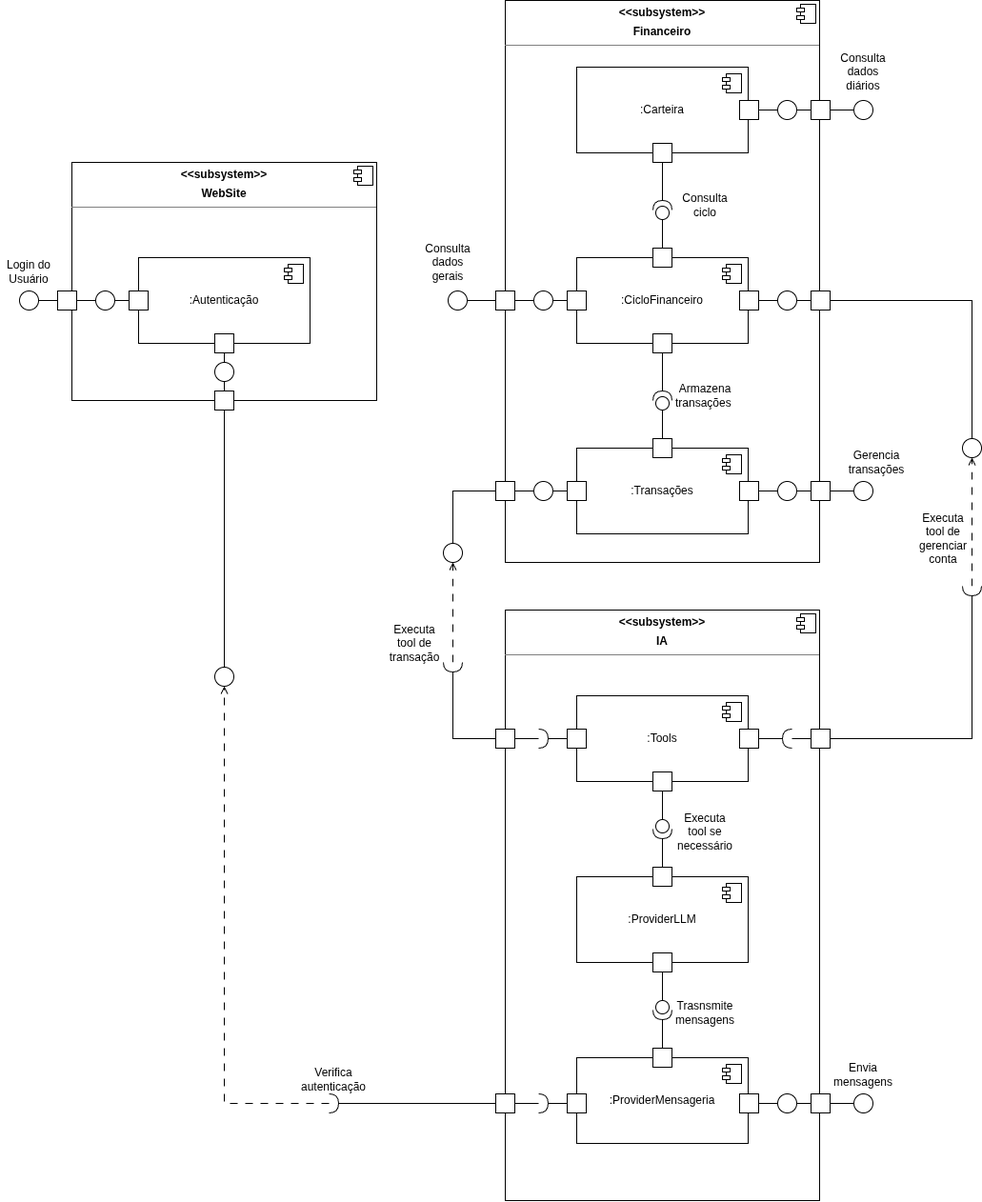
UnBArqDsw2026-1-Turma02/2026.01-T02_G8_Financas_Entrega_02 keeps this draw.io diagram as docs/Modelagem/assets/componentes.png. Above is the earlier version. Source tidied: cells renumbered, new cells last; positions are measured from the earlier drawing's top-left corner, leaving out a move shared by most shapes.
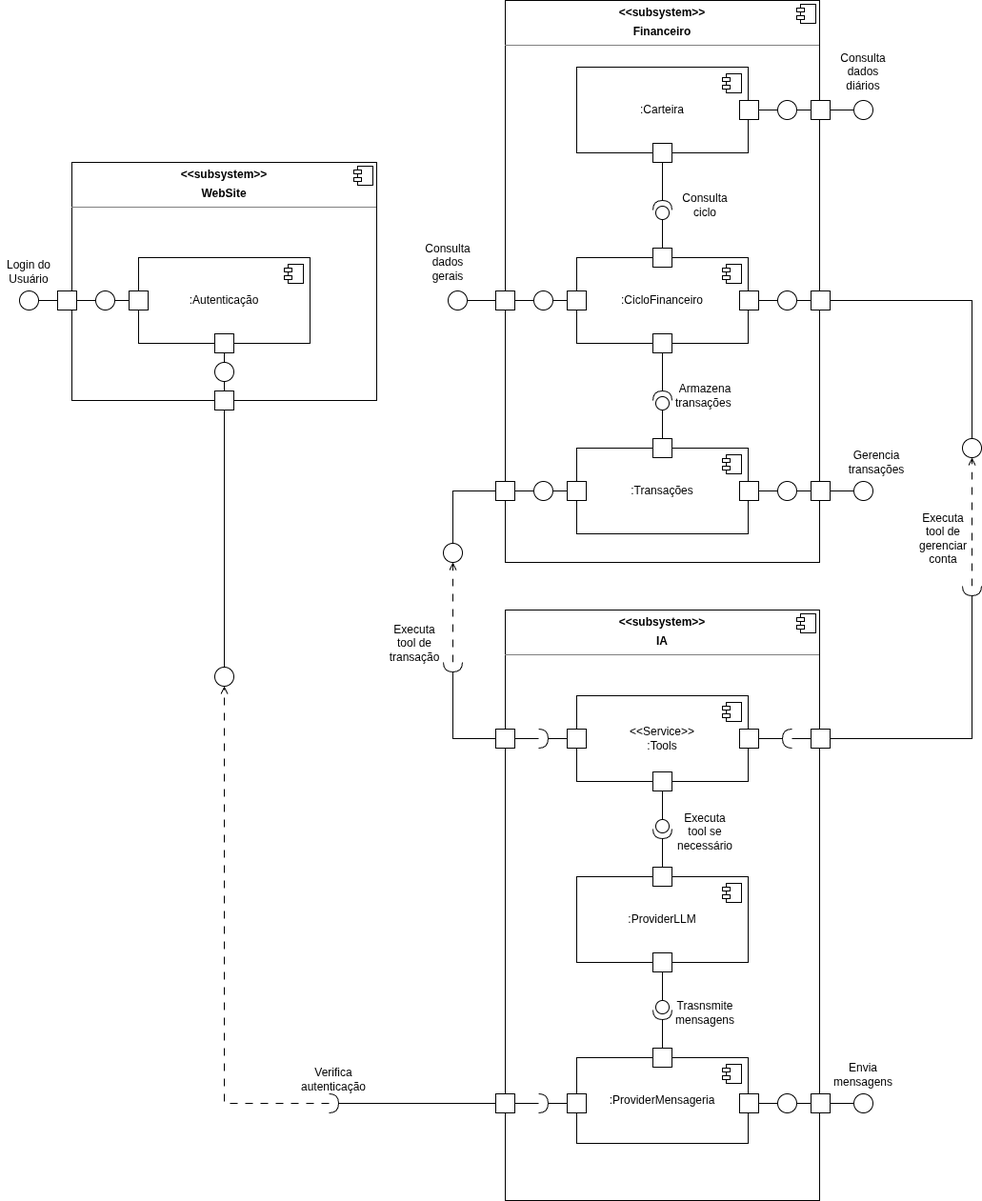
After the change.

Commit message:
diagrama de casos de uso

Diff of the diagram source:
```diff
@@ -58,7 +58,7 @@
         <mxPoint x="-24" y="4" as="offset" />
       </mxGeometry>
     </mxCell>
-    <mxCell id="16" value=":Tools" style="html=1;whiteSpace=wrap;" parent="1" vertex="1">
+    <mxCell id="16" value="&lt;div&gt;&amp;lt;&amp;lt;Service&amp;gt;&amp;gt;&lt;/div&gt;:Tools" style="html=1;whiteSpace=wrap;" parent="1" vertex="1">
       <mxGeometry x="605" y="730" width="180" height="90" as="geometry" />
     </mxCell>
     <mxCell id="17" style="shape=module;jettyWidth=8;jettyHeight=4;" parent="16" vertex="1">
```
